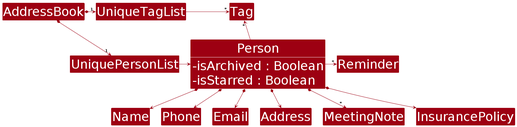
The PlantUML diagram diagrams/BetterModelClassDiagram.png in AY2526S1-CS2103T-F09-1/tp, before a commit. Its source is kept beside it as diagrams/BetterModelClassDiagram.puml.
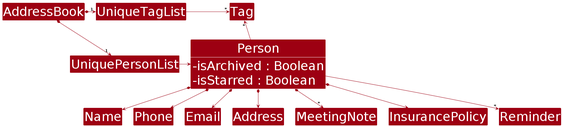
Above is the later version.

Change to the diagram source:
```diff
@@ -30,5 +30,5 @@
 Person *--> Address
 Person *--> "*" MeetingNote
 Person *--> InsurancePolicy
-Person -right> "*" Reminder
+Person --> "*" Reminder
 @enduml
```
